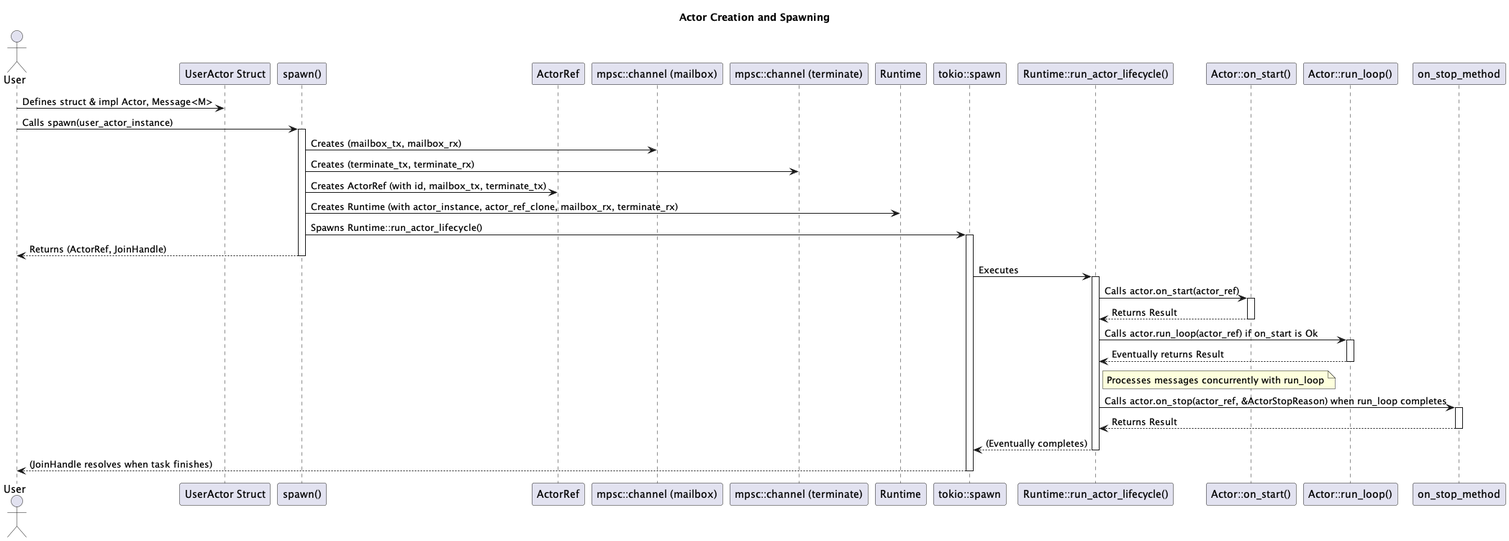
Earlier version of the PlantUML export docs/Actor Creation and Spawning.png (hiking90/rsactor). Its diagram source:
```plantuml
@startuml Actor Creation and Spawning
title Actor Creation and Spawning

actor User
participant "UserActor Struct" as UserActor
participant "spawn()" as spawn_func
participant "ActorRef" as ActorRef_type
participant "mpsc::channel (mailbox)" as MailboxChannel
participant "mpsc::channel (terminate)" as TerminateChannel
participant "Runtime" as Runtime_type
participant "tokio::spawn" as tokio_spawn
participant "Runtime::run_actor_lifecycle()" as run_lifecycle
participant "Actor::on_start()" as on_start_method
participant "Actor::run_loop()" as run_loop_method

User -> UserActor: Defines struct & impl Actor, Message<M>
User -> spawn_func: Calls spawn(user_actor_instance)
activate spawn_func

spawn_func -> MailboxChannel: Creates (mailbox_tx, mailbox_rx)
spawn_func -> TerminateChannel: Creates (terminate_tx, terminate_rx)
spawn_func -> ActorRef_type: Creates ActorRef (with id, mailbox_tx, terminate_tx)
spawn_func -> Runtime_type: Creates Runtime (with actor_instance, actor_ref_clone, mailbox_rx, terminate_rx)
spawn_func -> tokio_spawn: Spawns Runtime::run_actor_lifecycle()
activate tokio_spawn
spawn_func --> User: Returns (ActorRef, JoinHandle)
deactivate spawn_func

tokio_spawn -> run_lifecycle: Executes
activate run_lifecycle
run_lifecycle -> on_start_method: Calls actor.on_start(actor_ref)
activate on_start_method
on_start_method --> run_lifecycle: Returns Result
deactivate on_start_method
run_lifecycle -> run_loop_method: Calls actor.run_loop(actor_ref) if on_start is Ok
activate run_loop_method
run_loop_method --> run_lifecycle: Eventually returns Result
deactivate run_loop_method
note right of run_lifecycle: Processes messages concurrently with run_loop

run_lifecycle -> on_stop_method: Calls actor.on_stop(actor_ref, &ActorStopReason) when run_loop completes
activate on_stop_method
on_stop_method --> run_lifecycle: Returns Result
deactivate on_stop_method

run_lifecycle --> tokio_spawn: (Eventually completes)
deactivate run_lifecycle
tokio_spawn --> User: (JoinHandle resolves when task finishes)
deactivate tokio_spawn

@enduml
```
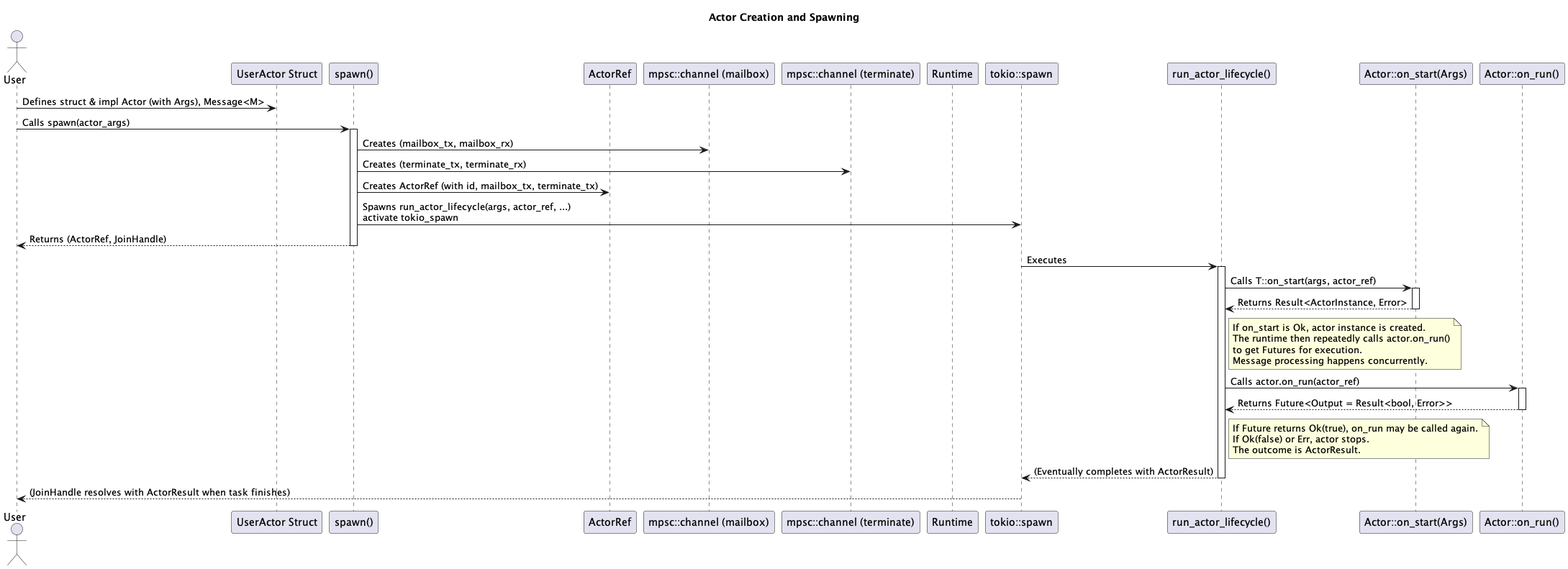
Later version of the same file.

Diff of the diagram source:
```diff
@@ -9,43 +9,47 @@
 participant "mpsc::channel (terminate)" as TerminateChannel
 participant "Runtime" as Runtime_type
 participant "tokio::spawn" as tokio_spawn
-participant "Runtime::run_actor_lifecycle()" as run_lifecycle
-participant "Actor::on_start()" as on_start_method
-participant "Actor::run_loop()" as run_loop_method
+participant "run_actor_lifecycle()" as run_lifecycle
+participant "Actor::on_start(Args)" as on_start_method
+participant "Actor::on_run()" as on_run_method
 
-User -> UserActor: Defines struct & impl Actor, Message<M>
-User -> spawn_func: Calls spawn(user_actor_instance)
+User -> UserActor: Defines struct & impl Actor (with Args), Message<M>
+User -> spawn_func: Calls spawn(actor_args)
 activate spawn_func
 
 spawn_func -> MailboxChannel: Creates (mailbox_tx, mailbox_rx)
 spawn_func -> TerminateChannel: Creates (terminate_tx, terminate_rx)
 spawn_func -> ActorRef_type: Creates ActorRef (with id, mailbox_tx, terminate_tx)
-spawn_func -> Runtime_type: Creates Runtime (with actor_instance, actor_ref_clone, mailbox_rx, terminate_rx)
-spawn_func -> tokio_spawn: Spawns Runtime::run_actor_lifecycle()
-activate tokio_spawn
+spawn_func -> tokio_spawn: Spawns run_actor_lifecycle(args, actor_ref, ...)\nactivate tokio_spawn
 spawn_func --> User: Returns (ActorRef, JoinHandle)
 deactivate spawn_func
 
 tokio_spawn -> run_lifecycle: Executes
 activate run_lifecycle
-run_lifecycle -> on_start_method: Calls actor.on_start(actor_ref)
+run_lifecycle -> on_start_method: Calls T::on_start(args, actor_ref)
 activate on_start_method
-on_start_method --> run_lifecycle: Returns Result
+on_start_method --> run_lifecycle: Returns Result<ActorInstance, Error>
 deactivate on_start_method
-run_lifecycle -> run_loop_method: Calls actor.run_loop(actor_ref) if on_start is Ok
-activate run_loop_method
-run_loop_method --> run_lifecycle: Eventually returns Result
-deactivate run_loop_method
-note right of run_lifecycle: Processes messages concurrently with run_loop
 
-run_lifecycle -> on_stop_method: Calls actor.on_stop(actor_ref, &ActorStopReason) when run_loop completes
-activate on_stop_method
-on_stop_method --> run_lifecycle: Returns Result
-deactivate on_stop_method
+note right of run_lifecycle
+  If on_start is Ok, actor instance is created.
+  The runtime then repeatedly calls actor.on_run()
+  to get Futures for execution.
+  Message processing happens concurrently.
+end note
+run_lifecycle -> on_run_method: Calls actor.on_run(actor_ref)
+activate on_run_method
+on_run_method --> run_lifecycle: Returns Future<Output = Result<bool, Error>>
+deactivate on_run_method
+note right of run_lifecycle
+  If Future returns Ok(true), on_run may be called again.
+  If Ok(false) or Err, actor stops.
+  The outcome is ActorResult.
+end note
 
-run_lifecycle --> tokio_spawn: (Eventually completes)
+run_lifecycle --> tokio_spawn: (Eventually completes with ActorResult)
 deactivate run_lifecycle
-tokio_spawn --> User: (JoinHandle resolves when task finishes)
+tokio_spawn --> User: (JoinHandle resolves with ActorResult when task finishes)
 deactivate tokio_spawn
 
 @enduml
```
